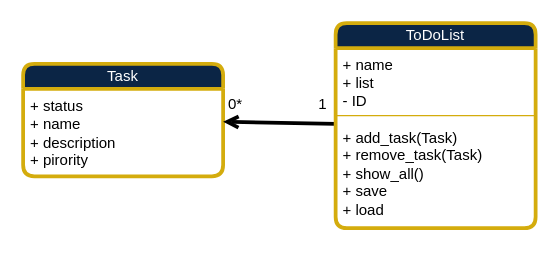
TnT74K/Project-TDL keeps this draw.io diagram as page "Page-1" (1 of 2) of Design/Class Diagram.drawio. Above is the earlier version. Source tidied: cells renumbered, new cells numbered last; positions are measured from the earlier drawing's top-left corner, leaving out a move shared by most shapes. Both pictures are drawn from the tidied source at 125%, with x=0, y=0 at pixel (22, 22).
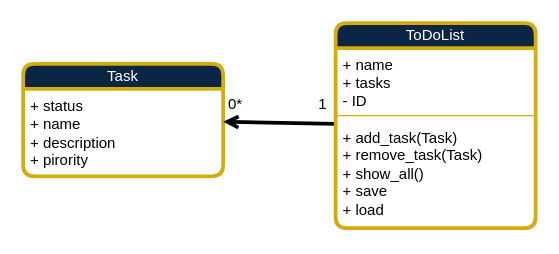
The same diagram, later.

Diff of the diagram source:
```diff
@@
 <mxGraphModel>
   <root>
     <mxCell id="0" />
     <mxCell id="1" parent="0" />
     <mxCell id="2" value="Task" style="swimlane;fontStyle=0;align=center;verticalAlign=middle;horizontal=1;startSize=20;whiteSpace=wrap;html=1;rounded=1;glass=0;strokeColor=light-dark(#D4AC0D,#D4AC0D);strokeWidth=3;fontFamily=zain;fontSize=12;fontColor=light-dark(#FFFFFF,#FFFFFF);labelBackgroundColor=none;textDirection=ltr;fillColor=light-dark(#0B2545,#0B2545);gradientColor=none;" parent="1" vertex="1">
       <mxGeometry y="32.5" width="160" height="90" as="geometry" />
     </mxCell>
     <mxCell id="3" value="&lt;div&gt;&lt;font face=&quot;Zain&quot;&gt;+ status&lt;/font&gt;&lt;/div&gt;&lt;div&gt;&lt;span style=&quot;font-family: Zain; background-color: transparent;&quot;&gt;+ name&lt;/span&gt;&lt;/div&gt;&lt;div&gt;&lt;font face=&quot;Zain&quot; style=&quot;color: light-dark(rgb(0, 0, 0), rgb(255, 255, 255));&quot;&gt;+ description&lt;/font&gt;&lt;/div&gt;&lt;div&gt;&lt;font face=&quot;Zain&quot; style=&quot;color: light-dark(rgb(0, 0, 0), rgb(255, 255, 255));&quot;&gt;+ pirority&lt;/font&gt;&lt;/div&gt;" style="text;strokeColor=none;fillColor=none;align=left;verticalAlign=top;spacingLeft=4;spacingRight=4;overflow=hidden;whiteSpace=wrap;html=1;" parent="2" vertex="1">
       <mxGeometry y="20" width="160" height="70" as="geometry" />
     </mxCell>
     <mxCell id="4" style="edgeStyle=none;shape=connector;rounded=0;jettySize=auto;html=1;strokeColor=light-dark(#000000,#FFFFFF);strokeWidth=3;align=center;verticalAlign=middle;fontFamily=zain;fontSize=12;fontColor=light-dark(#000000,#FFFFFF);fontStyle=1;labelBackgroundColor=none;horizontal=1;textDirection=ltr;startArrow=none;startFill=0;endArrow=open;endFill=0;" parent="1" edge="1" source="5" target="2">
       <mxGeometry relative="1" as="geometry" />
     </mxCell>
     <mxCell id="5" value="ToDoList" style="swimlane;fontStyle=0;align=center;verticalAlign=middle;horizontal=1;startSize=20;whiteSpace=wrap;html=1;rounded=1;glass=0;strokeColor=light-dark(#D4AC0D,#D4AC0D);strokeWidth=3;fontFamily=zain;fontSize=12;fontColor=light-dark(#FFFFFF,#FFFFFF);labelBackgroundColor=none;textDirection=ltr;fillColor=light-dark(#0B2545,#0B2545);gradientColor=none;" parent="1" vertex="1">
       <mxGeometry x="250" width="160" height="164" as="geometry" />
     </mxCell>
-    <mxCell id="6" value="&lt;font face=&quot;Zain&quot;&gt;+ name&lt;/font&gt;&lt;div&gt;&lt;font face=&quot;Zain&quot;&gt;+ list&lt;/font&gt;&lt;/div&gt;&lt;div&gt;&lt;font face=&quot;Zain&quot;&gt;- ID&lt;/font&gt;&lt;/div&gt;" style="text;strokeColor=none;fillColor=none;align=left;verticalAlign=top;spacingLeft=4;spacingRight=4;overflow=hidden;whiteSpace=wrap;html=1;" parent="5" vertex="1">
+    <mxCell id="6" value="&lt;font face=&quot;Zain&quot;&gt;+ name&lt;/font&gt;&lt;div&gt;&lt;font face=&quot;Zain&quot;&gt;+ tasks&lt;/font&gt;&lt;/div&gt;&lt;div&gt;&lt;font face=&quot;Zain&quot;&gt;- ID&lt;/font&gt;&lt;/div&gt;" style="text;strokeColor=none;fillColor=none;align=left;verticalAlign=top;spacingLeft=4;spacingRight=4;overflow=hidden;whiteSpace=wrap;html=1;" parent="5" vertex="1">
       <mxGeometry y="20" width="160" height="50" as="geometry" />
     </mxCell>
     <mxCell id="7" style="line;strokeWidth=1;fillColor=none;align=left;verticalAlign=middle;spacingTop=-1;spacingLeft=3;spacingRight=3;labelPosition=right;strokeColor=inherit;" parent="5" vertex="1">
       <mxGeometry y="70" width="160" height="8" as="geometry" />
     </mxCell>
     <mxCell id="8" value="+ add_task(Task)&lt;div&gt;+ remove_task(Task)&lt;/div&gt;&lt;div&gt;+ show_all()&lt;/div&gt;&lt;div&gt;+ save&lt;/div&gt;&lt;div&gt;+ load&lt;/div&gt;" style="text;strokeColor=none;fillColor=none;align=left;verticalAlign=top;spacingLeft=4;spacingRight=4;overflow=hidden;whiteSpace=wrap;html=1;fontFamily=Zain;fontColor=default;" parent="5" vertex="1">
       <mxGeometry y="78" width="160" height="86" as="geometry" />
     </mxCell>
     <mxCell id="9" value="1" style="text;html=1;whiteSpace=wrap;strokeColor=none;fillColor=none;align=center;verticalAlign=middle;rounded=0;fontFamily=Zain;fontColor=light-dark(#000000,#FFFFFF);" parent="1" vertex="1">
       <mxGeometry x="230" y="50" width="20" height="30" as="geometry" />
     </mxCell>
     <mxCell id="10" value="0*" style="text;html=1;whiteSpace=wrap;strokeColor=none;fillColor=none;align=center;verticalAlign=middle;rounded=0;fontFamily=Zain;fontColor=light-dark(#000000,#FFFFFF);" parent="1" vertex="1">
       <mxGeometry x="160" y="50" width="20" height="30" as="geometry" />
     </mxCell>
   </root>
 </mxGraphModel>
```
